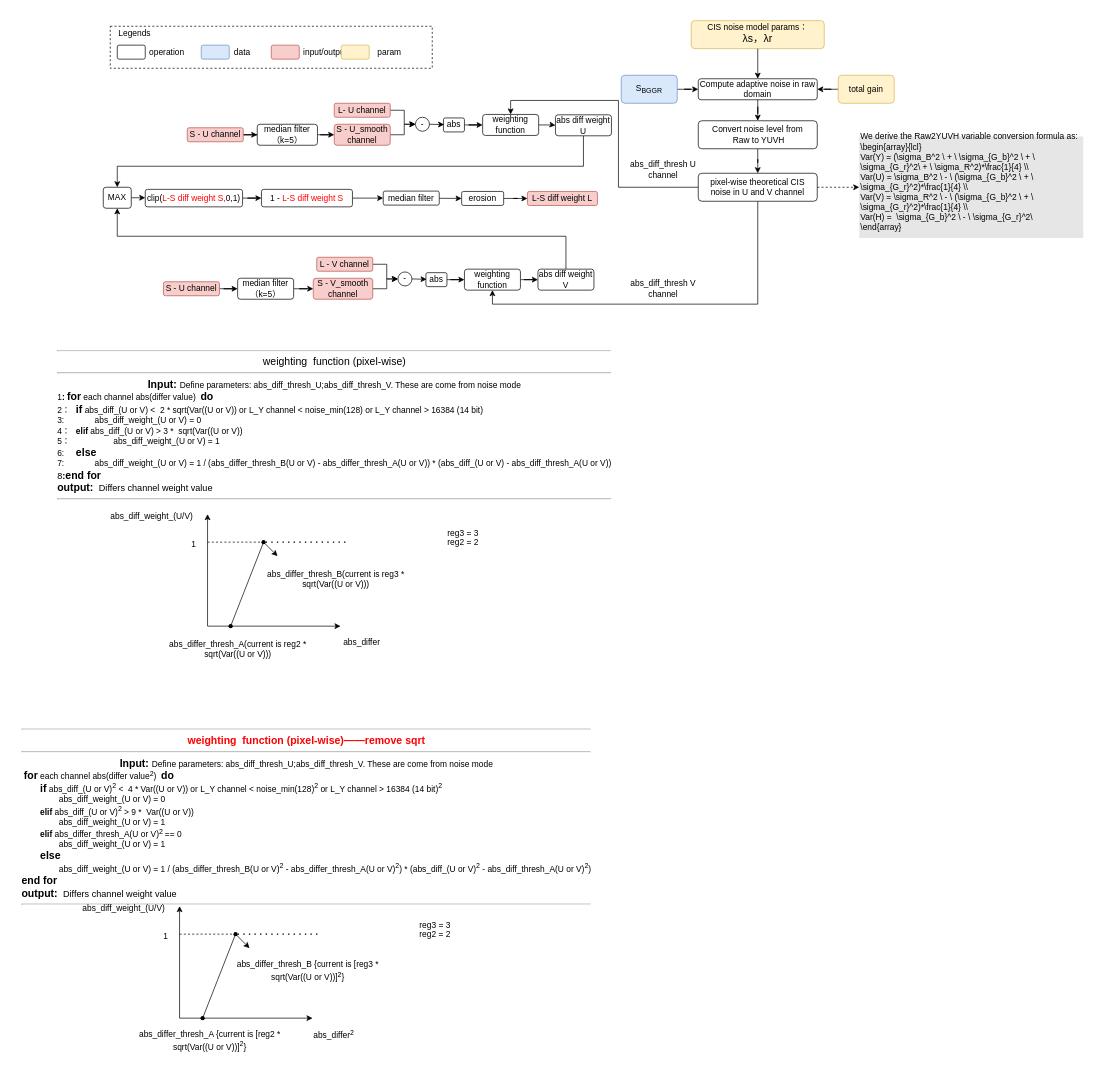
The draw.io diagram page "L-S mask improve" (20 of 28) of sunshine.drawio in leixuehui/drawio, before the edit. Source tidied: cells renumbered, new cells numbered last; positions are measured from the earlier drawing's top-left corner, leaving out a move shared by most shapes. Both pictures are drawn from the tidied source at 70%, with x=0, y=0 at pixel (12, 19).
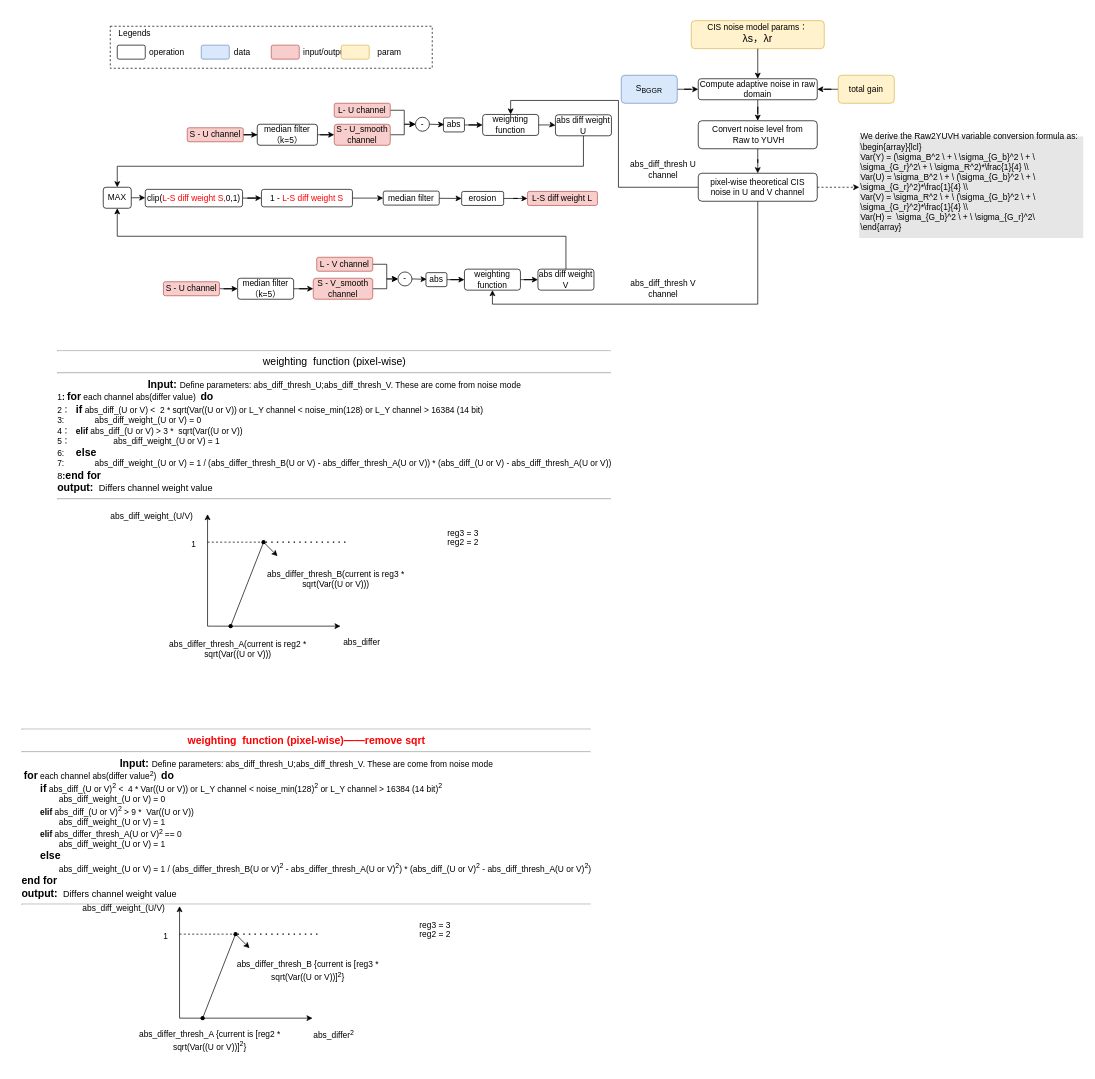
After the change.

What changed in the source:
```diff
@@
-    <mxCell id="72" value="&lt;div align=&quot;left&quot;&gt;&lt;font&gt;We derive the Raw2YUVH variable conversion formula as:&lt;/font&gt;&lt;/div&gt;\begin{array}{lcl} &amp;nbsp;&lt;br&gt;Var(Y) = (\sigma_B^2 \ + \ \sigma_{G_b}^2 \ + \ \sigma_{G_r}^2\ + \ \sigma_R^2)*\frac{1}{4} \\ &amp;nbsp;&lt;br&gt;Var(U) = \sigma_B^2 \ - \ (\sigma_{G_b}^2 \ + \ \sigma_{G_r}^2)*\frac{1}{4} \\&lt;br&gt;Var(V) = \sigma_R^2 \ - \ (\sigma_{G_b}^2 \ + \ \sigma_{G_r}^2)*\frac{1}{4} \\&lt;br&gt;Var(H) =&amp;nbsp; \sigma_{G_b}^2 \ - \ \sigma_{G_r}^2\&lt;br&gt;\end{array}&lt;div&gt;&lt;br/&gt;&lt;/div&gt;" style="text;html=1;align=left;verticalAlign=middle;whiteSpace=wrap;rounded=0;labelBackgroundColor=none;fillColor=#E6E6E6;" parent="1" vertex="1">
+    <mxCell id="72" value="&lt;div align=&quot;left&quot;&gt;&lt;font&gt;We derive the Raw2YUVH variable conversion formula as:&lt;/font&gt;&lt;/div&gt;\begin{array}{lcl} &amp;nbsp;&lt;br&gt;Var(Y) = (\sigma_B^2 \ + \ \sigma_{G_b}^2 \ + \ \sigma_{G_r}^2\ + \ \sigma_R^2)*\frac{1}{4} \\ &amp;nbsp;&lt;br&gt;Var(U) = \sigma_B^2 \ + \ (\sigma_{G_b}^2 \ + \ \sigma_{G_r}^2)*\frac{1}{4} \\&lt;br&gt;Var(V) = \sigma_R^2 \ + \ (\sigma_{G_b}^2 \ + \ \sigma_{G_r}^2)*\frac{1}{4} \\&lt;br&gt;Var(H) =&amp;nbsp; \sigma_{G_b}^2 \ + \ \sigma_{G_r}^2\&lt;br&gt;\end{array}&lt;div&gt;&lt;br&gt;&lt;/div&gt;" style="text;html=1;align=left;verticalAlign=middle;whiteSpace=wrap;rounded=0;labelBackgroundColor=none;fillColor=#E6E6E6;" parent="1" vertex="1">
       <mxGeometry x="1210" y="167.5" width="320" height="145" as="geometry" />
     </mxCell>
```
